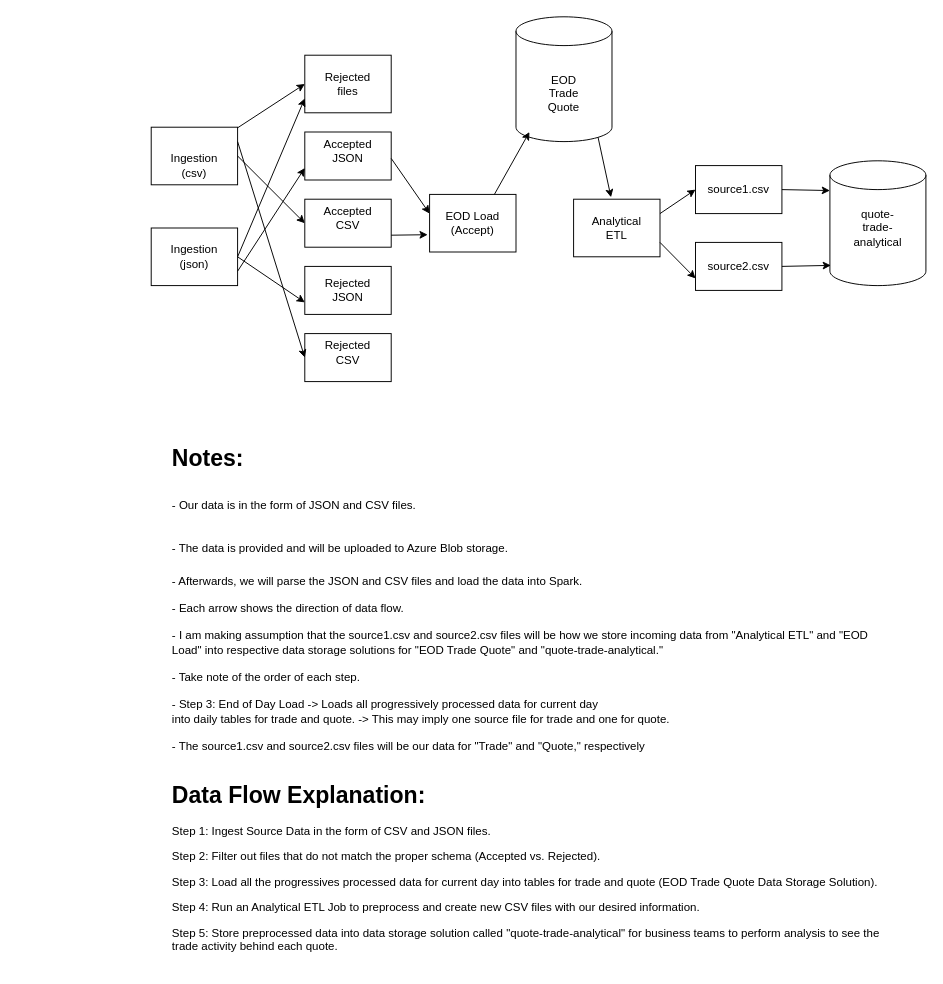
Before: Guided_Capstone_Step1.drawio in JamesHizon/Guided_Capstone_Step_1, a draw.io diagram. Source tidied: cells renumbered, new cells numbered last; positions are measured from the earlier drawing's top-left corner, leaving out a move shared by most shapes. Both pictures are drawn from the tidied source at 96%, with x=0, y=0 at pixel (151, 16).
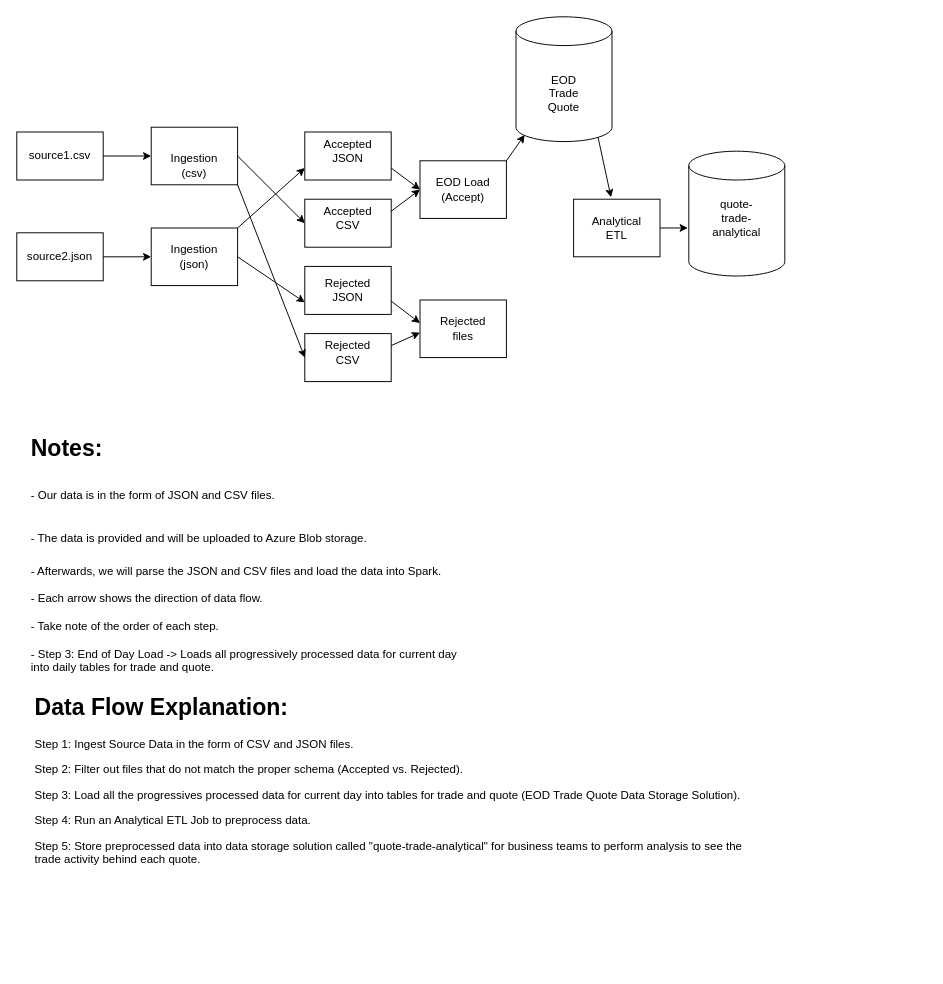
After the change.

The change refers to these unchanged cells:
```xml
<mxCell id="2" style="shape=cylinder3;whiteSpace=wrap;html=1;boundedLbl=1;backgroundOutline=1;size=15;" parent="1" vertex="1">
  <mxGeometry x="380" width="100" height="130" as="geometry" />
</mxCell>
<mxCell id="6" style="rounded=0;whiteSpace=wrap;html=1;" parent="1" vertex="1">
  <mxGeometry x="160" y="330" width="90" height="50" as="geometry" />
</mxCell>
<mxCell id="9" style="rounded=0;whiteSpace=wrap;html=1;" parent="1" vertex="1">
  <mxGeometry x="160" y="120" width="90" height="50" as="geometry" />
</mxCell>
<mxCell id="10" style="rounded=0;whiteSpace=wrap;html=1;" parent="1" vertex="1">
  <mxGeometry x="160" y="190" width="90" height="50" as="geometry" />
</mxCell>
<mxCell id="13" style="rounded=0;whiteSpace=wrap;html=1;" parent="1" vertex="1">
  <mxGeometry x="440" y="190" width="90" height="60" as="geometry" />
</mxCell>
<mxCell id="15" style="rounded=0;whiteSpace=wrap;html=1;" parent="1" vertex="1">
  <mxGeometry y="220" width="90" height="60" as="geometry" />
</mxCell>
<mxCell id="16" style="rounded=0;whiteSpace=wrap;html=1;" parent="1" vertex="1">
  <mxGeometry y="115" width="90" height="60" as="geometry" />
</mxCell>
```

Diff of the diagram source:
```diff
@@
-    <mxCell id="4" value="&lt;h1&gt;Notes:&lt;/h1&gt;&lt;h1&gt;&lt;span style=&quot;font-size: 12px ; font-weight: normal&quot;&gt;- Our data is in&amp;nbsp;the form of JSON and CSV files.&lt;/span&gt;&lt;/h1&gt;&lt;h1&gt;&lt;span style=&quot;font-size: 12px ; font-weight: normal&quot;&gt;- The data is provided and will be uploaded to Azure Blob storage.&lt;/span&gt;&lt;/h1&gt;&lt;div&gt;- Afterwards, we will parse the JSON and CSV files&amp;nbsp;and load the data into Spark.&lt;/div&gt;&lt;div&gt;&lt;br&gt;&lt;/div&gt;&lt;div&gt;- Each arrow shows the direction of data flow.&lt;/div&gt;&lt;div&gt;&lt;br&gt;&lt;/div&gt;&lt;div&gt;- I am making assumption that the source1.csv and source2.csv files will be how we store incoming data from &quot;Analytical ETL&quot; and &quot;EOD Load&quot; into respective data storage solutions for &quot;EOD Trade Quote&quot; and &quot;quote-trade-analytical.&quot;&lt;/div&gt;&lt;div&gt;&lt;br&gt;&lt;/div&gt;&lt;div&gt;- Take note of the order of each step.&lt;/div&gt;&lt;div&gt;&lt;br&gt;&lt;/div&gt;&lt;div&gt;- Step 3: End of Day Load -&amp;gt; Loads all progressively processed data for current day&lt;/div&gt;&lt;div&gt;into daily tables for trade and quote. -&amp;gt; This may imply one source file for trade and one for quote.&lt;/div&gt;&lt;div&gt;&lt;br&gt;&lt;/div&gt;&lt;div&gt;- The source1.csv and source2.csv files will be our data for &quot;Trade&quot; and &quot;Quote,&quot; respectively&lt;/div&gt;" style="text;html=1;strokeColor=none;fillColor=none;spacing=5;spacingTop=-20;whiteSpace=wrap;overflow=hidden;rounded=0;" parent="1" vertex="1">
-      <mxGeometry x="17" y="440" width="750" height="360" as="geometry" />
+    <mxCell id="4" value="&lt;h1&gt;Notes:&lt;/h1&gt;&lt;h1&gt;&lt;span style=&quot;font-size: 12px ; font-weight: normal&quot;&gt;- Our data is in&amp;nbsp;the form of JSON and CSV files.&lt;/span&gt;&lt;/h1&gt;&lt;h1&gt;&lt;span style=&quot;font-size: 12px ; font-weight: normal&quot;&gt;- The data is provided and will be uploaded to Azure Blob storage.&lt;/span&gt;&lt;/h1&gt;&lt;div&gt;- Afterwards, we will parse the JSON and CSV files&amp;nbsp;and load the data into Spark.&lt;/div&gt;&lt;div&gt;&lt;br&gt;&lt;/div&gt;&lt;div&gt;- Each arrow shows the direction of data flow.&lt;/div&gt;&lt;div&gt;&lt;br&gt;&lt;/div&gt;&lt;div&gt;- Take note of the order of each step.&lt;/div&gt;&lt;div&gt;&lt;br&gt;&lt;/div&gt;&lt;div&gt;- Step 3: End of Day Load -&amp;gt; Loads all progressively processed data for current day&lt;/div&gt;&lt;div&gt;into daily tables for trade and quote.&lt;/div&gt;" style="text;html=1;strokeColor=none;fillColor=none;spacing=5;spacingTop=-20;whiteSpace=wrap;overflow=hidden;rounded=0;" parent="1" vertex="1">
+      <mxGeometry x="-130" y="430" width="750" height="360" as="geometry" />
     </mxCell>
@@
     <mxCell id="19" style="shape=cylinder3;whiteSpace=wrap;html=1;boundedLbl=1;backgroundOutline=1;size=15;" parent="1" vertex="1">
-      <mxGeometry x="707" y="150" width="100" height="130" as="geometry" />
+      <mxGeometry x="560" y="140" width="100" height="130" as="geometry" />
     </mxCell>
     <mxCell id="20" value="quote-trade-analytical" style="text;html=1;strokeColor=none;fillColor=none;align=center;verticalAlign=middle;whiteSpace=wrap;rounded=0;" parent="1" vertex="1">
-      <mxGeometry x="737" y="210" width="40" height="20" as="geometry" />
+      <mxGeometry x="590" y="200" width="40" height="20" as="geometry" />
     </mxCell>
     <mxCell id="21" style="rounded=0;whiteSpace=wrap;html=1;" parent="1" vertex="1">
-      <mxGeometry x="160" y="40" width="90" height="60" as="geometry" />
+      <mxGeometry x="280" y="295" width="90" height="60" as="geometry" />
     </mxCell>
     <mxCell id="22" style="rounded=0;whiteSpace=wrap;html=1;" parent="1" vertex="1">
-      <mxGeometry x="567" y="235" width="90" height="50" as="geometry" />
+      <mxGeometry x="-140" y="225" width="90" height="50" as="geometry" />
     </mxCell>
     <mxCell id="23" value="Rejected&lt;br&gt;files" style="text;html=1;strokeColor=none;fillColor=none;align=center;verticalAlign=middle;whiteSpace=wrap;rounded=0;" parent="1" vertex="1">
-      <mxGeometry x="185" y="60" width="40" height="20" as="geometry" />
+      <mxGeometry x="305" y="315" width="40" height="20" as="geometry" />
     </mxCell>
     <mxCell id="24" style="rounded=0;whiteSpace=wrap;html=1;" parent="1" vertex="1">
-      <mxGeometry x="567" y="155" width="90" height="50" as="geometry" />
+      <mxGeometry x="-140" y="120" width="90" height="50" as="geometry" />
     </mxCell>
     <mxCell id="25" value="source1.csv" style="text;html=1;strokeColor=none;fillColor=none;align=center;verticalAlign=middle;whiteSpace=wrap;rounded=0;" parent="1" vertex="1">
-      <mxGeometry x="592" y="170" width="40" height="20" as="geometry" />
+      <mxGeometry x="-115" y="135" width="40" height="20" as="geometry" />
     </mxCell>
-    <mxCell id="26" value="source2.csv" style="text;html=1;strokeColor=none;fillColor=none;align=center;verticalAlign=middle;whiteSpace=wrap;rounded=0;" parent="1" vertex="1">
-      <mxGeometry x="592" y="250" width="40" height="20" as="geometry" />
+    <mxCell id="26" value="source2.json" style="text;html=1;strokeColor=none;fillColor=none;align=center;verticalAlign=middle;whiteSpace=wrap;rounded=0;" parent="1" vertex="1">
+      <mxGeometry x="-115" y="240" width="40" height="20" as="geometry" />
     </mxCell>
@@
-    <mxCell id="29" style="endArrow=classic;html=1;exitX=1;exitY=0.75;exitDx=0;exitDy=0;entryX=0;entryY=0.75;entryDx=0;entryDy=0;" parent="1" edge="1" source="15" target="9">
+    <mxCell id="29" style="endArrow=classic;html=1;exitX=1;exitY=0;exitDx=0;exitDy=0;entryX=0;entryY=0.75;entryDx=0;entryDy=0;" parent="1" edge="1" source="15" target="9">
       <mxGeometry relative="1" as="geometry" />
     </mxCell>
-    <mxCell id="30" style="endArrow=classic;html=1;entryX=0;entryY=0.75;entryDx=0;entryDy=0;" parent="1" edge="1" target="21">
-      <mxGeometry relative="1" as="geometry">
-        <mxPoint x="90" y="250" as="sourcePoint" />
-      </mxGeometry>
-    </mxCell>
-    <mxCell id="31" style="endArrow=classic;html=1;" parent="1" edge="1" source="16">
-      <mxGeometry relative="1" as="geometry">
-        <mxPoint x="160" y="70" as="targetPoint" />
-      </mxGeometry>
-    </mxCell>
-    <mxCell id="32" style="endArrow=classic;html=1;exitX=1;exitY=0.25;exitDx=0;exitDy=0;entryX=0;entryY=0.5;entryDx=0;entryDy=0;" parent="1" edge="1" source="16" target="6">
+    <mxCell id="32" style="endArrow=classic;html=1;exitX=1;exitY=1;exitDx=0;exitDy=0;entryX=0;entryY=0.5;entryDx=0;entryDy=0;" parent="1" edge="1" source="16" target="6">
       <mxGeometry relative="1" as="geometry" />
     </mxCell>
-    <mxCell id="33" style="endArrow=classic;html=1;exitX=1;exitY=0.75;exitDx=0;exitDy=0;entryX=0;entryY=0.25;entryDx=0;entryDy=0;" parent="1" edge="1">
-      <mxGeometry relative="1" as="geometry">
-        <mxPoint x="250" y="147.5" as="sourcePoint" />
-        <mxPoint x="290" y="205" as="targetPoint" />
-      </mxGeometry>
-    </mxCell>
-    <mxCell id="34" style="endArrow=classic;html=1;exitX=1;exitY=0.75;exitDx=0;exitDy=0;entryX=-0.022;entryY=0.617;entryDx=0;entryDy=0;entryPerimeter=0;" parent="1" edge="1" source="10">
-      <mxGeometry relative="1" as="geometry">
-        <mxPoint x="288" y="227" as="targetPoint" />
-      </mxGeometry>
-    </mxCell>
-    <mxCell id="35" value="&lt;h1&gt;Data Flow Explanation:&lt;/h1&gt;&lt;p&gt;Step 1: Ingest Source Data in the form of CSV and JSON files.&lt;/p&gt;&lt;p&gt;Step 2: Filter out files that do not match the proper schema (Accepted vs. Rejected).&lt;/p&gt;&lt;p&gt;Step 3: Load all the progressives processed data for current day into tables for trade and quote (EOD Trade Quote Data Storage Solution).&lt;/p&gt;&lt;p&gt;Step 4: Run an Analytical ETL Job to preprocess and create new CSV files with our desired information.&lt;/p&gt;&lt;p&gt;Step 5: Store preprocessed data into data storage solution called &quot;quote-trade-analytical&quot; for business teams to perform analysis to see the trade activity behind each quote.&lt;/p&gt;" style="text;html=1;strokeColor=none;fillColor=none;spacing=5;spacingTop=-20;whiteSpace=wrap;overflow=hidden;rounded=0;" parent="1" vertex="1">
-      <mxGeometry x="17" y="791" width="760" height="199" as="geometry" />
+    <mxCell id="35" value="&lt;h1&gt;Data Flow Explanation:&lt;/h1&gt;&lt;p&gt;Step 1: Ingest Source Data in the form of CSV and JSON files.&lt;/p&gt;&lt;p&gt;Step 2: Filter out files that do not match the proper schema (Accepted vs. Rejected).&lt;/p&gt;&lt;p&gt;Step 3: Load all the progressives processed data for current day into tables for trade and quote (EOD Trade Quote Data Storage Solution).&lt;/p&gt;&lt;p&gt;Step 4: Run an Analytical ETL Job to preprocess data.&lt;/p&gt;&lt;p&gt;Step 5: Store preprocessed data into data storage solution called &quot;quote-trade-analytical&quot; for business teams to perform analysis to see the trade activity behind each quote.&lt;/p&gt;" style="text;html=1;strokeColor=none;fillColor=none;spacing=5;spacingTop=-20;whiteSpace=wrap;overflow=hidden;rounded=0;" parent="1" vertex="1">
+      <mxGeometry x="-126" y="700" width="760" height="199" as="geometry" />
     </mxCell>
     <mxCell id="36" style="rounded=0;whiteSpace=wrap;html=1;" parent="1" vertex="1">
-      <mxGeometry x="290" y="185" width="90" height="60" as="geometry" />
+      <mxGeometry x="280" y="150" width="90" height="60" as="geometry" />
     </mxCell>
     <mxCell id="37" value="EOD Load (Accept)" style="text;html=1;strokeColor=none;fillColor=none;align=center;verticalAlign=middle;whiteSpace=wrap;rounded=0;" parent="1" vertex="1">
-      <mxGeometry x="300" y="205" width="70" height="20" as="geometry" />
+      <mxGeometry x="290" y="170" width="70" height="20" as="geometry" />
     </mxCell>
-    <mxCell id="38" style="endArrow=classic;html=1;exitX=0.75;exitY=0;exitDx=0;exitDy=0;" parent="1" edge="1" source="36">
-      <mxGeometry relative="1" as="geometry">
-        <mxPoint x="394" y="120" as="targetPoint" />
-      </mxGeometry>
-    </mxCell>
@@
-    <mxCell id="40" style="endArrow=classic;html=1;exitX=1;exitY=0.25;exitDx=0;exitDy=0;entryX=0;entryY=0.5;entryDx=0;entryDy=0;entryPerimeter=0;" parent="1" edge="1" source="13" target="24">
-      <mxGeometry relative="1" as="geometry" />
-    </mxCell>
-    <mxCell id="41" style="endArrow=classic;html=1;exitX=1;exitY=0.75;exitDx=0;exitDy=0;entryX=0;entryY=0.75;entryDx=0;entryDy=0;" parent="1" edge="1" source="13" target="22">
-      <mxGeometry relative="1" as="geometry" />
-    </mxCell>
-    <mxCell id="42" style="endArrow=classic;html=1;exitX=1;exitY=0.5;exitDx=0;exitDy=0;" parent="1" edge="1" source="24">
-      <mxGeometry relative="1" as="geometry">
-        <mxPoint x="707" y="181" as="targetPoint" />
-      </mxGeometry>
-    </mxCell>
-    <mxCell id="43" style="endArrow=classic;html=1;exitX=1;exitY=0.5;exitDx=0;exitDy=0;entryX=0.01;entryY=0.838;entryDx=0;entryDy=0;entryPerimeter=0;" parent="1" edge="1" source="22" target="19">
-      <mxGeometry relative="1" as="geometry" />
-    </mxCell>
+    <mxCell id="44" style="endArrow=classic;html=1;exitX=1;exitY=0.5;exitDx=0;exitDy=0;entryX=0;entryY=0.5;entryDx=0;entryDy=0;" parent="1" edge="1" source="24" target="16">
+      <mxGeometry relative="1" as="geometry" />
+    </mxCell>
+    <mxCell id="45" style="endArrow=classic;html=1;exitX=1;exitY=0.5;exitDx=0;exitDy=0;entryX=0;entryY=0.5;entryDx=0;entryDy=0;" parent="1" edge="1" source="22" target="15">
+      <mxGeometry relative="1" as="geometry" />
+    </mxCell>
+    <mxCell id="46" style="endArrow=classic;html=1;exitX=1;exitY=0.75;exitDx=0;exitDy=0;entryX=0;entryY=0.5;entryDx=0;entryDy=0;" parent="1" edge="1" source="9" target="36">
+      <mxGeometry relative="1" as="geometry" />
+    </mxCell>
+    <mxCell id="47" style="endArrow=classic;html=1;exitX=1;exitY=0.25;exitDx=0;exitDy=0;" parent="1" edge="1" source="10">
+      <mxGeometry relative="1" as="geometry">
+        <mxPoint x="280" y="180" as="targetPoint" />
+      </mxGeometry>
+    </mxCell>
+    <mxCell id="48" style="endArrow=classic;html=1;exitX=1;exitY=0.25;exitDx=0;exitDy=0;entryX=0;entryY=0.4;entryDx=0;entryDy=0;entryPerimeter=0;" parent="1" edge="1" target="21">
+      <mxGeometry relative="1" as="geometry">
+        <mxPoint x="250" y="296.2" as="sourcePoint" />
+      </mxGeometry>
+    </mxCell>
+    <mxCell id="49" style="endArrow=classic;html=1;exitX=1;exitY=0.25;exitDx=0;exitDy=0;" parent="1" edge="1" source="6">
+      <mxGeometry relative="1" as="geometry">
+        <mxPoint x="280" y="329" as="targetPoint" />
+      </mxGeometry>
+    </mxCell>
+    <mxCell id="50" style="endArrow=classic;html=1;entryX=0.09;entryY=0.946;entryDx=0;entryDy=0;entryPerimeter=0;" parent="1" edge="1" target="2">
+      <mxGeometry relative="1" as="geometry">
+        <mxPoint x="370" y="150" as="sourcePoint" />
+      </mxGeometry>
+    </mxCell>
+    <mxCell id="51" style="endArrow=classic;html=1;entryX=-0.01;entryY=0.615;entryDx=0;entryDy=0;entryPerimeter=0;exitX=1;exitY=0.5;exitDx=0;exitDy=0;" parent="1" edge="1" source="13" target="19">
+      <mxGeometry relative="1" as="geometry" />
+    </mxCell>
```
